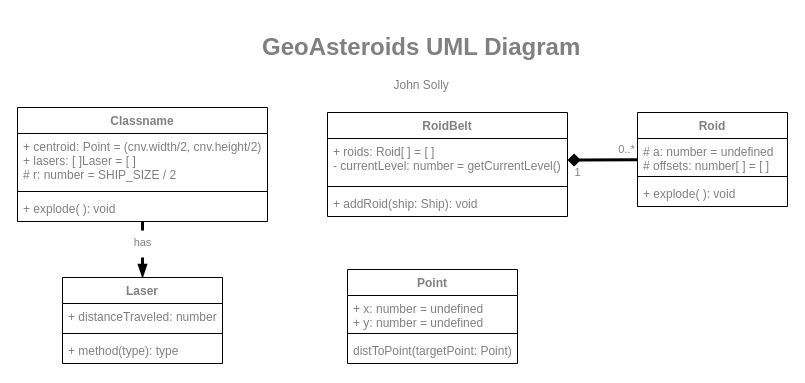
This is docs/geoAsteroidsUML.drawio from jsolly/GeoAsteroids, a draw.io file, before an edit. Source tidied: cells renumbered, new cells numbered last; positions are measured from the earlier drawing's top-left corner, leaving out a move shared by most shapes. Both pictures are drawn from the tidied source at 100%, with x=0, y=0 at pixel (17, 27).
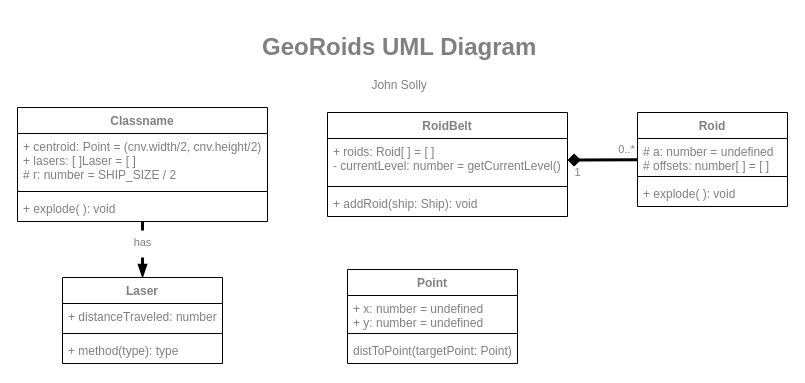
After the change.

Diff of the diagram source:
```diff
@@
-    <mxCell id="27" value="&lt;h1&gt;GeoAsteroids UML Diagram&lt;/h1&gt;&lt;p style=&quot;text-align: center&quot;&gt;John Solly&lt;/p&gt;" style="text;html=1;strokeColor=none;fillColor=none;spacing=5;spacingTop=-20;whiteSpace=wrap;overflow=hidden;rounded=0;fontColor=#808080;" parent="1" vertex="1">
+    <mxCell id="27" value="&lt;h1&gt;GeoRoids UML Diagram&lt;/h1&gt;&lt;p style=&quot;text-align: center&quot;&gt;John Solly&lt;/p&gt;" style="text;html=1;strokeColor=none;fillColor=none;spacing=5;spacingTop=-20;whiteSpace=wrap;overflow=hidden;rounded=0;fontColor=#808080;" parent="1" vertex="1">
       <mxGeometry x="240" width="350" height="70" as="geometry" />
     </mxCell>
```
